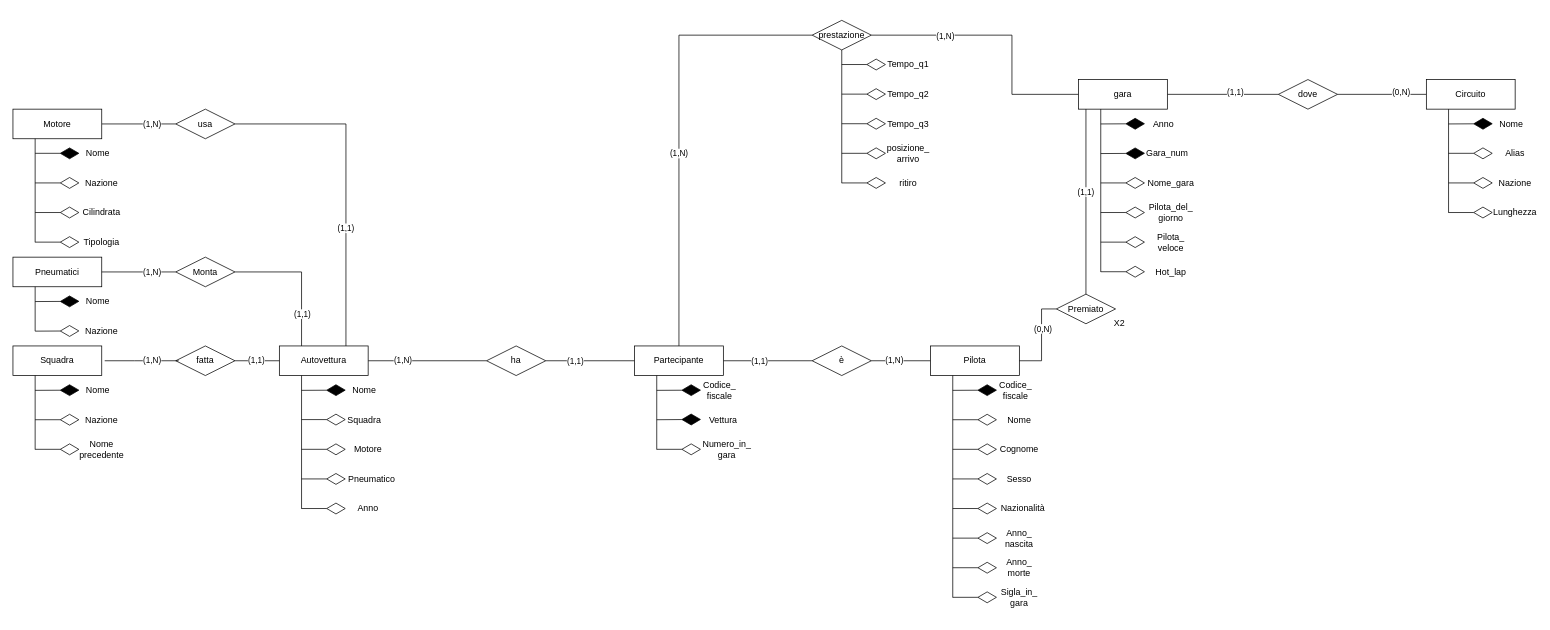
Above: Schema Logico.drawio in checco296/ProgettoBasi (draw.io), before the change. Source tidied: cells renumbered, new cells numbered last; positions are measured from the earlier drawing's top-left corner, leaving out a move shared by most shapes. Both pictures are drawn from the tidied source at 74%, with x=0, y=0 at pixel (13, 13).
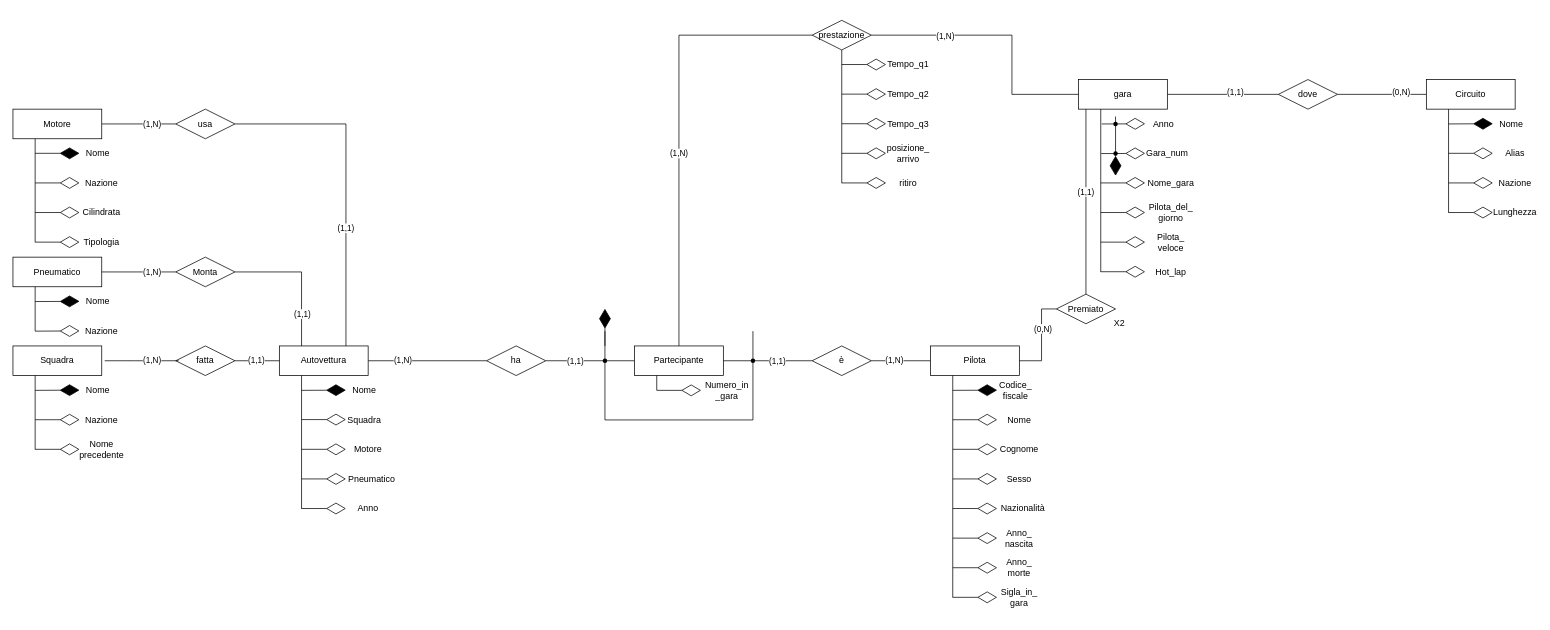
Above is the later version.

The change refers to these unchanged cells:
```xml
<mxCell id="13" value="è" style="rhombus;whiteSpace=wrap;html=1;" parent="1" vertex="1">
  <mxGeometry x="1080" y="450" width="80" height="40" as="geometry" />
</mxCell>
<mxCell id="88" value="Partecipante" style="rounded=0;whiteSpace=wrap;html=1;" parent="87" vertex="1">
  <mxGeometry width="120" height="40" as="geometry" />
</mxCell>
<mxCell id="96" style="group;" parent="1" vertex="1">
  <mxGeometry x="1440" y="90" width="160" height="280" as="geometry" />
</mxCell>
```

Change to the diagram source:
```diff
@@
+    <mxCell id="144" style="endArrow=none;html=1;rounded=0;entryDx=0;entryDy=0;exitX=0;exitY=0.5;exitDx=0;exitDy=0;" parent="1" edge="1" source="13" target="148">
+      <mxGeometry relative="1" as="geometry" />
+    </mxCell>
@@
-    <mxCell id="11" style="endArrow=none;html=1;rounded=0;entryX=1;entryY=0.5;entryDx=0;entryDy=0;exitX=0;exitY=0.5;exitDx=0;exitDy=0;" parent="1" edge="1" source="13" target="88">
-      <mxGeometry relative="1" as="geometry" />
-    </mxCell>
-    <mxCell id="12" value="(1,1)" style="edgeLabel;html=1;align=center;verticalAlign=middle;" parent="11" vertex="1">
-      <mxGeometry x="0.33" y="-3" relative="1" as="geometry">
-        <mxPoint x="8" y="3" as="offset" />
-      </mxGeometry>
-    </mxCell>
@@
-    <mxCell id="34" value="Pneumatici" style="rounded=0;whiteSpace=wrap;html=1;" parent="1" vertex="1">
+    <mxCell id="34" value="Pneumatico" style="rounded=0;whiteSpace=wrap;html=1;" parent="1" vertex="1">
       <mxGeometry y="330" width="120" height="40" as="geometry" />
     </mxCell>
@@
     <mxCell id="87" style="group;" parent="1" vertex="1">
-      <mxGeometry x="840" y="450" width="160" height="200" as="geometry" />
+      <mxGeometry x="840" y="450" width="180" height="200" as="geometry" />
     </mxCell>
@@
-    <mxCell id="89" style="endArrow=diamondThin;endFill=1;endSize=24;html=1;rounded=0;" parent="87" edge="1">
-      <mxGeometry relative="1" as="geometry">
-        <mxPoint x="30" y="60" as="sourcePoint" />
-        <mxPoint x="90" y="59.7" as="targetPoint" />
-      </mxGeometry>
-    </mxCell>
-    <mxCell id="90" value="&lt;div&gt;Codice_&lt;/div&gt;&lt;div&gt;fiscale&lt;/div&gt;" style="text;html=1;strokeColor=none;fillColor=none;align=center;verticalAlign=middle;whiteSpace=wrap;rounded=0;" parent="87" vertex="1">
-      <mxGeometry x="90" y="40" width="50" height="40" as="geometry" />
-    </mxCell>
     <mxCell id="91" style="endArrow=none;html=1;rounded=0;entryX=0.25;entryY=1;entryDx=0;entryDy=0;" parent="87" edge="1" target="88">
       <mxGeometry relative="1" as="geometry">
-        <mxPoint x="30" y="140" as="sourcePoint" />
+        <mxPoint x="30" y="60" as="sourcePoint" />
       </mxGeometry>
     </mxCell>
     <mxCell id="92" style="endArrow=diamondThin;endFill=0;endSize=24;html=1;rounded=0;" parent="87" edge="1">
       <mxGeometry relative="1" as="geometry">
-        <mxPoint x="30" y="139.7" as="sourcePoint" />
-        <mxPoint x="90" y="139.7" as="targetPoint" />
+        <mxPoint x="30" y="60" as="sourcePoint" />
+        <mxPoint x="90" y="60" as="targetPoint" />
       </mxGeometry>
     </mxCell>
-    <mxCell id="93" value="&lt;div&gt;Numero_in_&lt;/div&gt;&lt;div&gt;gara&lt;br&gt;&lt;/div&gt;" style="text;html=1;strokeColor=none;fillColor=none;align=center;verticalAlign=middle;whiteSpace=wrap;rounded=0;" parent="87" vertex="1">
-      <mxGeometry x="90" y="120" width="70" height="40" as="geometry" />
+    <mxCell id="93" value="&lt;div&gt;Numero_in&lt;/div&gt;&lt;div&gt;_&lt;span&gt;gara&lt;/span&gt;&lt;/div&gt;" style="text;html=1;strokeColor=none;fillColor=none;align=center;verticalAlign=middle;whiteSpace=wrap;rounded=0;" parent="87" vertex="1">
+      <mxGeometry x="90" y="40" width="70" height="40" as="geometry" />
     </mxCell>
-    <mxCell id="94" value="Vettura" style="text;html=1;strokeColor=none;fillColor=none;align=center;verticalAlign=middle;whiteSpace=wrap;rounded=0;" parent="87" vertex="1">
-      <mxGeometry x="90" y="80" width="60" height="40" as="geometry" />
-    </mxCell>
-    <mxCell id="95" style="endArrow=diamondThin;endFill=1;endSize=24;html=1;rounded=0;" parent="87" edge="1">
-      <mxGeometry relative="1" as="geometry">
-        <mxPoint x="30" y="99.7" as="sourcePoint" />
-        <mxPoint x="90" y="99.3" as="targetPoint" />
-      </mxGeometry>
-    </mxCell>
+    <mxCell id="145" style="endArrow=none;html=1;rounded=0;entryX=0.25;entryY=1;entryDx=0;entryDy=0;startArrow=none;" parent="87" edge="1" source="146">
+      <mxGeometry relative="1" as="geometry">
+        <mxPoint x="-40" y="-20" as="targetPoint" />
+      </mxGeometry>
+    </mxCell>
+    <mxCell id="146" style="shape=waypoint;sketch=0;fillStyle=solid;size=6;points=[];fillColor=none;perimeter=centerPerimeter;snapToPoint=1;" parent="87" vertex="1">
+      <mxGeometry x="-60" width="40" height="40" as="geometry" />
+    </mxCell>
+    <mxCell id="147" style="endArrow=none;html=1;rounded=0;entryDx=0;entryDy=0;" parent="87" edge="1" target="146">
+      <mxGeometry relative="1" as="geometry">
+        <mxPoint x="160" y="-20" as="sourcePoint" />
+        <Array as="points">
+          <mxPoint x="160" y="100" />
+          <mxPoint x="-40" y="100" />
+        </Array>
+      </mxGeometry>
+    </mxCell>
+    <mxCell id="148" style="shape=waypoint;sketch=0;fillStyle=solid;size=6;points=[];fillColor=none;perimeter=centerPerimeter;snapToPoint=1;" parent="87" vertex="1">
+      <mxGeometry x="140" width="40" height="40" as="geometry" />
+    </mxCell>
+    <mxCell id="11" style="endArrow=none;html=1;rounded=0;entryX=1;entryY=0.5;entryDx=0;entryDy=0;exitDx=0;exitDy=0;startArrow=none;" parent="87" edge="1" source="148" target="88">
+      <mxGeometry relative="1" as="geometry" />
+    </mxCell>
+    <mxCell id="12" value="(1,1)" style="edgeLabel;html=1;align=center;verticalAlign=middle;" parent="11" vertex="1">
+      <mxGeometry x="0.33" y="-3" relative="1" as="geometry">
+        <mxPoint x="59" y="3" as="offset" />
+      </mxGeometry>
+    </mxCell>
@@
-    <mxCell id="99" style="endArrow=diamondThin;endFill=1;endSize=24;html=1;rounded=0;" parent="96" edge="1">
-      <mxGeometry relative="1" as="geometry">
-        <mxPoint x="30" y="60" as="sourcePoint" />
-        <mxPoint x="90" y="59.7" as="targetPoint" />
-      </mxGeometry>
-    </mxCell>
@@
-    <mxCell id="101" style="endArrow=diamondThin;endFill=1;endSize=24;html=1;rounded=0;" parent="96" edge="1">
-      <mxGeometry relative="1" as="geometry">
-        <mxPoint x="30" y="100" as="sourcePoint" />
-        <mxPoint x="90" y="99.7" as="targetPoint" />
-      </mxGeometry>
-    </mxCell>
@@
+    <mxCell id="149" style="endArrow=diamondThin;endFill=0;endSize=24;html=1;rounded=0;startArrow=none;" parent="96" edge="1" source="154">
+      <mxGeometry relative="1" as="geometry">
+        <mxPoint x="90" y="59.7" as="targetPoint" />
+      </mxGeometry>
+    </mxCell>
+    <mxCell id="150" style="endArrow=diamondThin;endFill=0;endSize=24;html=1;rounded=0;startArrow=none;" parent="96" edge="1" source="152">
+      <mxGeometry relative="1" as="geometry">
+        <mxPoint x="90" y="99.7" as="targetPoint" />
+      </mxGeometry>
+    </mxCell>
+    <mxCell id="151" style="endArrow=diamondThin;endFill=1;endSize=24;html=1;rounded=0;" parent="96" edge="1">
+      <mxGeometry relative="1" as="geometry">
+        <mxPoint x="50" y="50" as="sourcePoint" />
+        <mxPoint x="50" y="130" as="targetPoint" />
+      </mxGeometry>
+    </mxCell>
+    <mxCell id="152" style="shape=waypoint;sketch=0;fillStyle=solid;size=6;points=[];fillColor=none;perimeter=centerPerimeter;snapToPoint=1;" parent="96" vertex="1">
+      <mxGeometry x="30" y="80" width="40" height="40" as="geometry" />
+    </mxCell>
+    <mxCell id="153" style="endArrow=none;endFill=0;endSize=24;html=1;rounded=0;" parent="96" edge="1" target="152">
+      <mxGeometry relative="1" as="geometry">
+        <mxPoint x="30.6" y="100" as="sourcePoint" />
+      </mxGeometry>
+    </mxCell>
+    <mxCell id="154" style="shape=waypoint;sketch=0;fillStyle=solid;size=6;points=[];fillColor=none;perimeter=centerPerimeter;snapToPoint=1;" parent="96" vertex="1">
+      <mxGeometry x="30" y="40" width="40" height="40" as="geometry" />
+    </mxCell>
+    <mxCell id="155" style="endArrow=none;endFill=0;endSize=24;html=1;rounded=0;" parent="96" edge="1" target="154">
+      <mxGeometry relative="1" as="geometry">
+        <mxPoint x="31.3" y="60" as="sourcePoint" />
+      </mxGeometry>
+    </mxCell>
@@
+    <mxCell id="156" style="endArrow=diamondThin;endFill=1;endSize=24;html=1;rounded=0;" parent="1" edge="1">
+      <mxGeometry relative="1" as="geometry">
+        <mxPoint x="800" y="450" as="sourcePoint" />
+        <mxPoint x="800" y="399.7" as="targetPoint" />
+      </mxGeometry>
+    </mxCell>
```
